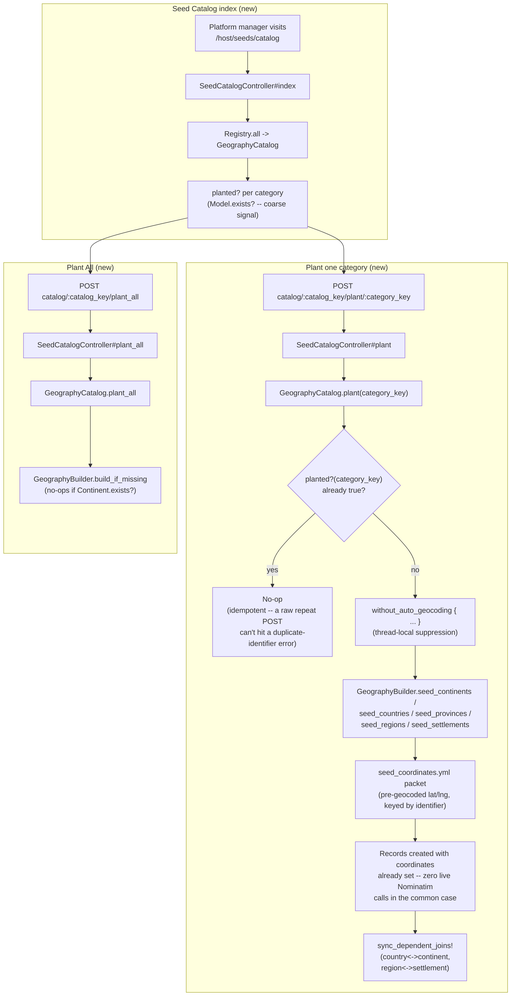
The Mermaid diagram docs/diagrams/exports/png/seed_catalog_planting_flow.png in better-together-org/community-engine-rails, before a commit. Its source is kept beside it as docs/diagrams/source/seed_catalog_planting_flow.mmd. The source it was exported from:
```mermaid
flowchart TD
  subgraph UI["Seed Catalog index (new)"]
    direction TB
    A["Platform manager visits\n/host/seeds/catalog"] --> B["SeedCatalogController#index"]
    B --> C["Registry.all -> GeographyCatalog"]
    C --> D["planted? per category\n(Model.exists? -- coarse signal)"]
  end

  subgraph Plant["Plant one category (new)"]
    direction TB
    E["POST catalog/:catalog_key/plant/:category_key"] --> F["SeedCatalogController#plant"]
    F --> G["GeographyCatalog.plant(category_key)"]
    G --> H{"planted?(category_key)\nalready true?"}
    H -- "yes" --> Z["No-op\n(idempotent -- a raw repeat POST\ncan't hit a duplicate-identifier error)"]
    H -- "no" --> I["without_auto_geocoding { ... }\n(thread-local suppression)"]
    I --> J["GeographyBuilder.seed_continents /\nseed_countries / seed_provinces /\nseed_regions / seed_settlements"]
    J --> K["seed_coordinates.yml packet\n(pre-geocoded lat/lng, keyed by identifier)"]
    K --> L["Records created with coordinates\nalready set -- zero live Nominatim\ncalls in the common case"]
    L --> M["sync_dependent_joins!\n(country<->continent,\nregion<->settlement)"]
  end

  subgraph PlantAll["Plant All (new)"]
    direction TB
    N["POST catalog/:catalog_key/plant_all"] --> O["SeedCatalogController#plant_all"]
    O --> P["GeographyCatalog.plant_all"]
    P --> Q["GeographyBuilder.build_if_missing\n(no-ops if Continent.exists?)"]
  end

  D --> E
  D --> N
```
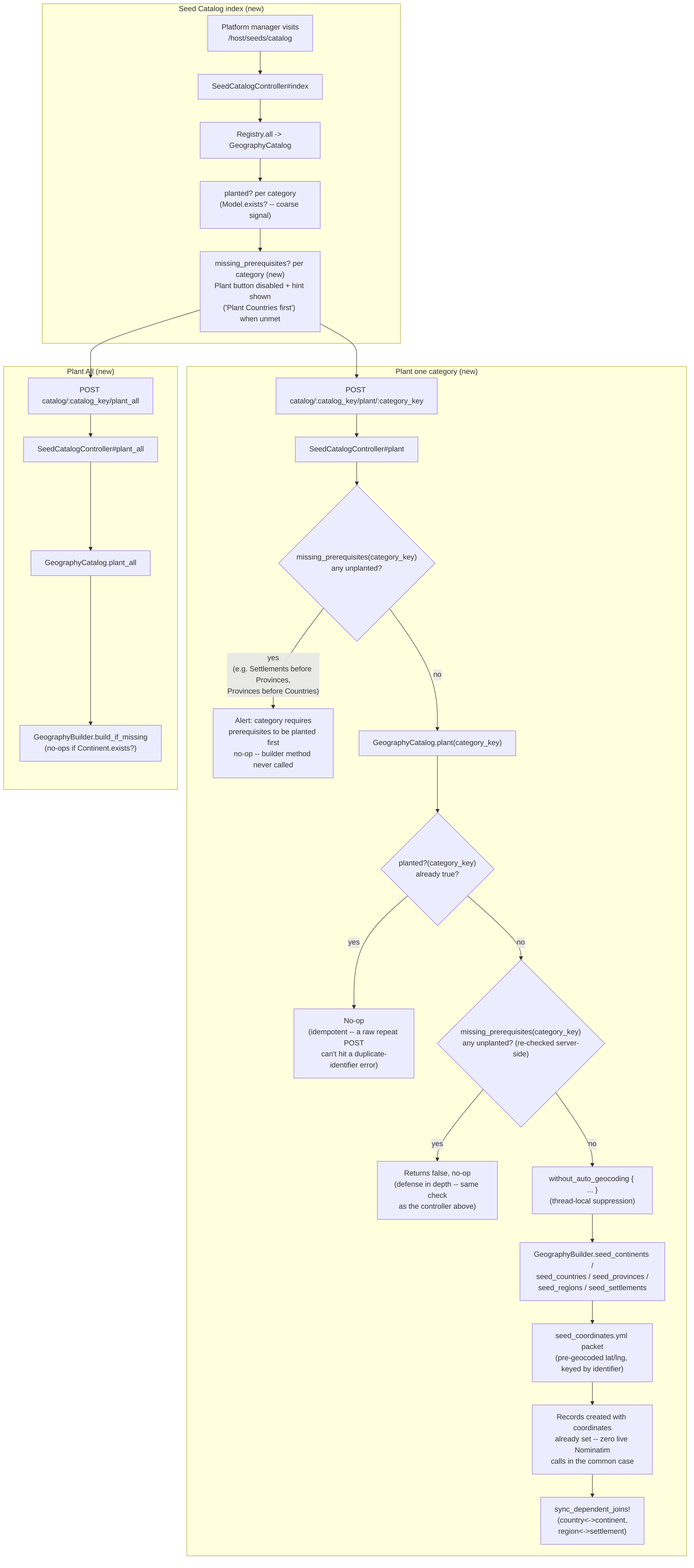
The same file after the commit.

The edit, as a diff of the source:
```diff
@@ -4,15 +4,20 @@
     A["Platform manager visits\n/host/seeds/catalog"] --> B["SeedCatalogController#index"]
     B --> C["Registry.all -> GeographyCatalog"]
     C --> D["planted? per category\n(Model.exists? -- coarse signal)"]
+    D --> D2["missing_prerequisites? per category (new)\nPlant button disabled + hint shown\n('Plant Countries first') when unmet"]
   end
 
   subgraph Plant["Plant one category (new)"]
     direction TB
     E["POST catalog/:catalog_key/plant/:category_key"] --> F["SeedCatalogController#plant"]
-    F --> G["GeographyCatalog.plant(category_key)"]
+    F --> F2{"missing_prerequisites(category_key)\nany unplanted?"}
+    F2 -- "yes\n(e.g. Settlements before Provinces,\nProvinces before Countries)" --> F3["Alert: category requires\nprerequisites to be planted first\nno-op -- builder method never called"]
+    F2 -- "no" --> G["GeographyCatalog.plant(category_key)"]
     G --> H{"planted?(category_key)\nalready true?"}
     H -- "yes" --> Z["No-op\n(idempotent -- a raw repeat POST\ncan't hit a duplicate-identifier error)"]
-    H -- "no" --> I["without_auto_geocoding { ... }\n(thread-local suppression)"]
+    H -- "no" --> H2{"missing_prerequisites(category_key)\nany unplanted? (re-checked server-side)"}
+    H2 -- "yes" --> Z2["Returns false, no-op\n(defense in depth -- same check\nas the controller above)"]
+    H2 -- "no" --> I["without_auto_geocoding { ... }\n(thread-local suppression)"]
     I --> J["GeographyBuilder.seed_continents /\nseed_countries / seed_provinces /\nseed_regions / seed_settlements"]
     J --> K["seed_coordinates.yml packet\n(pre-geocoded lat/lng, keyed by identifier)"]
     K --> L["Records created with coordinates\nalready set -- zero live Nominatim\ncalls in the common case"]
@@ -26,5 +31,5 @@
     P --> Q["GeographyBuilder.build_if_missing\n(no-ops if Continent.exists?)"]
   end
 
-  D --> E
-  D --> N
+  D2 --> E
+  D2 --> N
```
